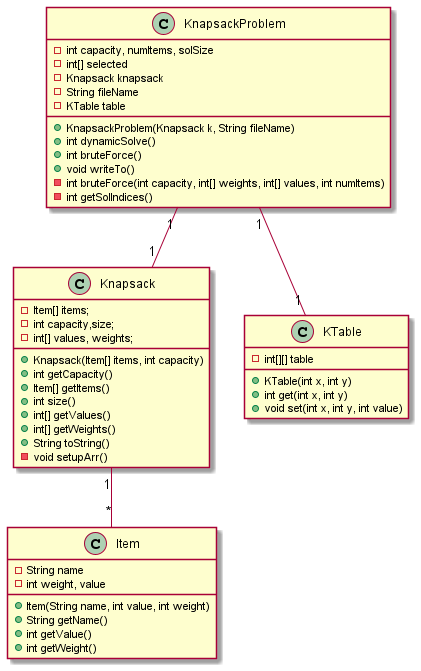
This is UML.png from jsanv026/KnapsackProblem, a PlantUML export, as it was before one commit. Source of this version:
```plantuml
@startuml

class Item {
    - String name
    - int weight, value

    + Item(String name, int value, int weight)
    + String getName()
    + int getValue()
    + int getWeight()

}

class Knapsack {

    - Item[] items;
    - int capacity,size;
    - int[] values, weights;

    + Knapsack(Item[] items, int capacity)
    + int getCapacity()
    + Item[] getItems()
    + int size()
    + int[] getValues()
    + int[] getWeights()
    + String toString()
    - void setupArr()

}

class KTable {

    - int[][] table

    + KTable(int x, int y)
    + int get(int x, int y)
    + void set(int x, int y, int value)

}

class KnapsackProblem {

    - int capacity, numItems, solSize
    - int[] selected
    - Knapsack knapsack
    - String fileName
    - KTable table

    + KnapsackProblem(Knapsack k, String fileName)
    + int dynamicSolve()
    + int bruteForce()
    + void writeTo()
    - int bruteForce(int capacity, int[] weights, int[] values, int numItems)
    - int getSolIndices()

}

Knapsack "1" -- "*" Item
KnapsackProblem "1" -- "1" Knapsack
KnapsackProblem "1" -- "1" KTable

@enduml
```
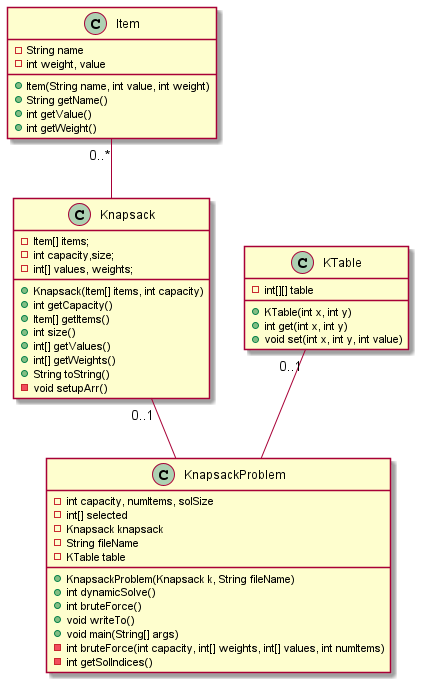
The same diagram one commit later.

What changed in the source:
```diff
@@ -50,13 +50,14 @@
     + int dynamicSolve()
     + int bruteForce()
     + void writeTo()
+    + void main(String[] args)
     - int bruteForce(int capacity, int[] weights, int[] values, int numItems)
     - int getSolIndices()
 
 }
 
-Knapsack "1" -- "*" Item
-KnapsackProblem "1" -- "1" Knapsack
-KnapsackProblem "1" -- "1" KTable
+Item "0..*" -- " " Knapsack
+Knapsack "0..1" -- " " KnapsackProblem
+KTable "0..1" -- " " KnapsackProblem
 
 @enduml
```
